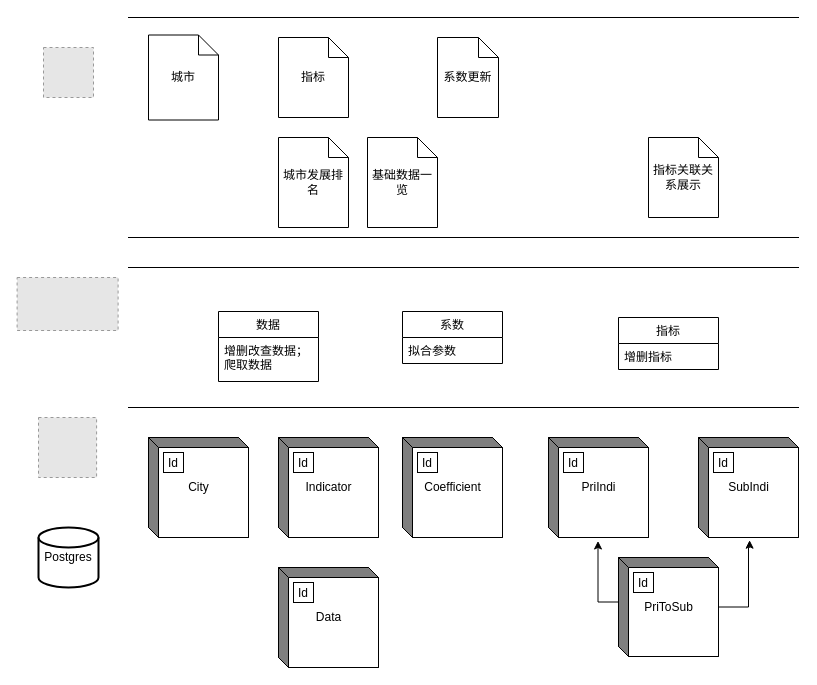
pyonSec/city keeps this draw.io diagram as system.drawio. Above is the earlier version. Source tidied: cells renumbered, new cells numbered last; positions are measured from the earlier drawing's top-left corner, leaving out a move shared by most shapes. Both pictures are drawn from the tidied source at 100%, with x=0, y=0 at pixel (17, 17). Pictures stored in the file or linked from it are replaced by grey dashed boxes.
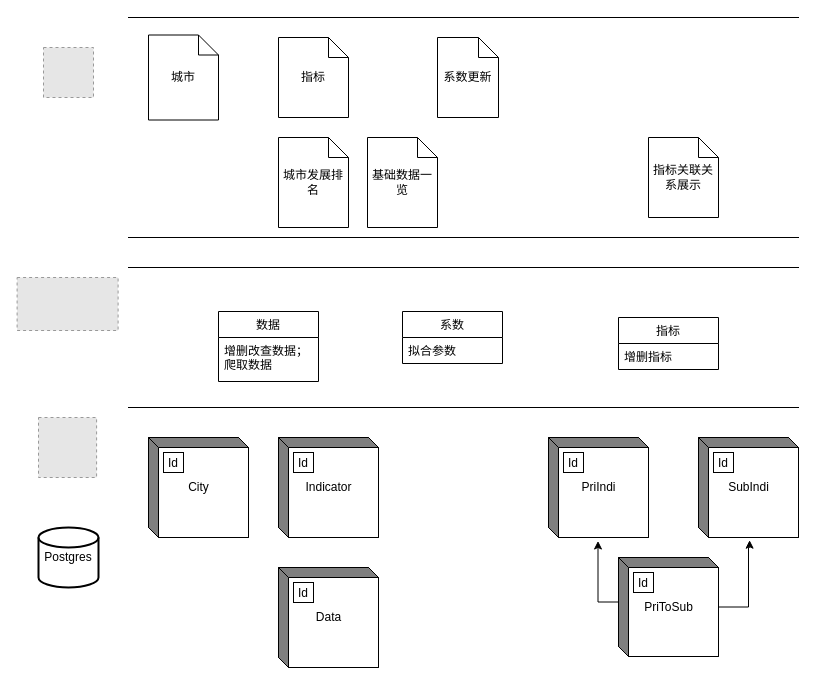
Above is the later version.

Commit message (it also covers changes not shown here):
system tech model

Diff of the diagram source:
```diff
@@
-    <mxCell id="7" value="Coefficient" style="html=1;dashed=0;whitespace=wrap;shape=mxgraph.dfd.externalEntity;" parent="1" vertex="1">
-      <mxGeometry x="385" y="420" width="100" height="100" as="geometry" />
-    </mxCell>
-    <mxCell id="8" value="Id" style="strokeColor=inherit;fillColor=inherit;gradientColor=inherit;" parent="7" vertex="1">
-      <mxGeometry width="20" height="20" relative="1" as="geometry">
-        <mxPoint x="15" y="15" as="offset" />
-      </mxGeometry>
-    </mxCell>
```
